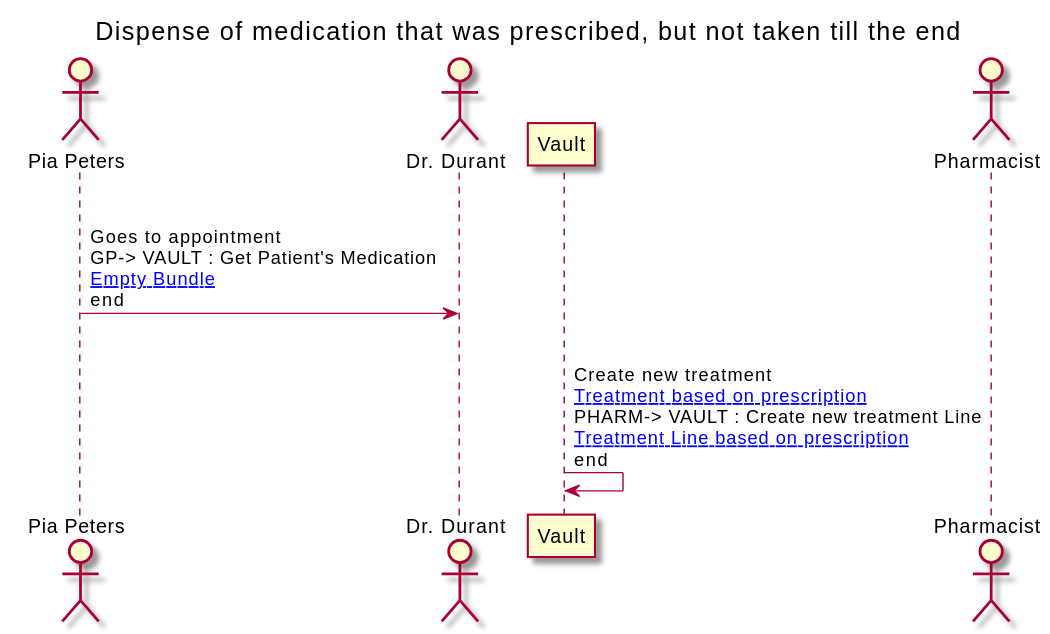
Above: branches/master/ExampleScenario-example-13-scenario.svg in costateixeira/hl7-be-fhir-medication (PlantUML), before the change.
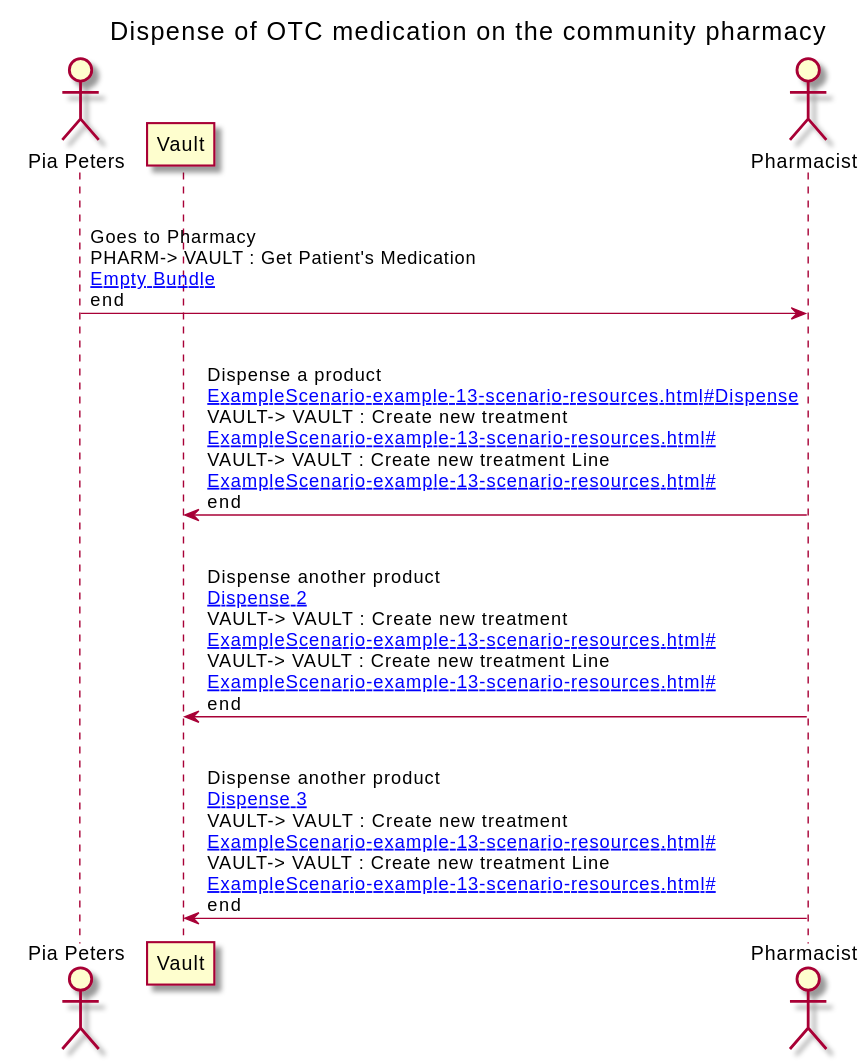
The same diagram one commit later.

Diff of the diagram source:
```diff
@@ -1,10 +1,9 @@
 @startuml
 
 
-Title Dispense of medication that was prescribed, but not taken till the end
+Title Dispense of OTC medication on the community pharmacy
 
 actor "Pia Peters" as PATIENT
-actor "Dr. Durant" as GP
 participant "Vault" as VAULT
 actor "Pharmacist" as PHARM
 
@@ -14,11 +13,19 @@
 
 
 group group 1
-PATIENT-> GP : Goes to appointment\nGP-> VAULT : Get Patient's Medication\n[[ExampleScenario-example-13-scenario-resources.html#EB Empty Bundle]]\nend
+PATIENT-> PHARM : Goes to Pharmacy\nPHARM-> VAULT : Get Patient's Medication\n[[ExampleScenario-example-13-scenario-resources.html#EB Empty Bundle]]\nend
 
 
 group group 2
-VAULT-> VAULT : Create new treatment\n[[ExampleScenario-example-13-scenario-resources.html#New Treatment based on prescription]]\nPHARM-> VAULT : Create new treatment Line\n[[ExampleScenario-example-13-scenario-resources.html#New Treatment Line based on prescription]]\nend
+PHARM-> VAULT : Dispense a product\n[[ExampleScenario-example-13-scenario-resources.html#Dispense]]\nVAULT-> VAULT : Create new treatment\n[[ExampleScenario-example-13-scenario-resources.html#]]\nVAULT-> VAULT : Create new treatment Line\n[[ExampleScenario-example-13-scenario-resources.html#]]\nend
+
+
+group group 3
+PHARM-> VAULT : Dispense another product\n[[ExampleScenario-example-13-scenario-resources.html# Dispense 2]]\nVAULT-> VAULT : Create new treatment\n[[ExampleScenario-example-13-scenario-resources.html#]]\nVAULT-> VAULT : Create new treatment Line\n[[ExampleScenario-example-13-scenario-resources.html#]]\nend
+
+
+group group 4
+PHARM-> VAULT : Dispense another product\n[[ExampleScenario-example-13-scenario-resources.html# Dispense 3]]\nVAULT-> VAULT : Create new treatment\n[[ExampleScenario-example-13-scenario-resources.html#]]\nVAULT-> VAULT : Create new treatment Line\n[[ExampleScenario-example-13-scenario-resources.html#]]\nend
 
 
 
```
